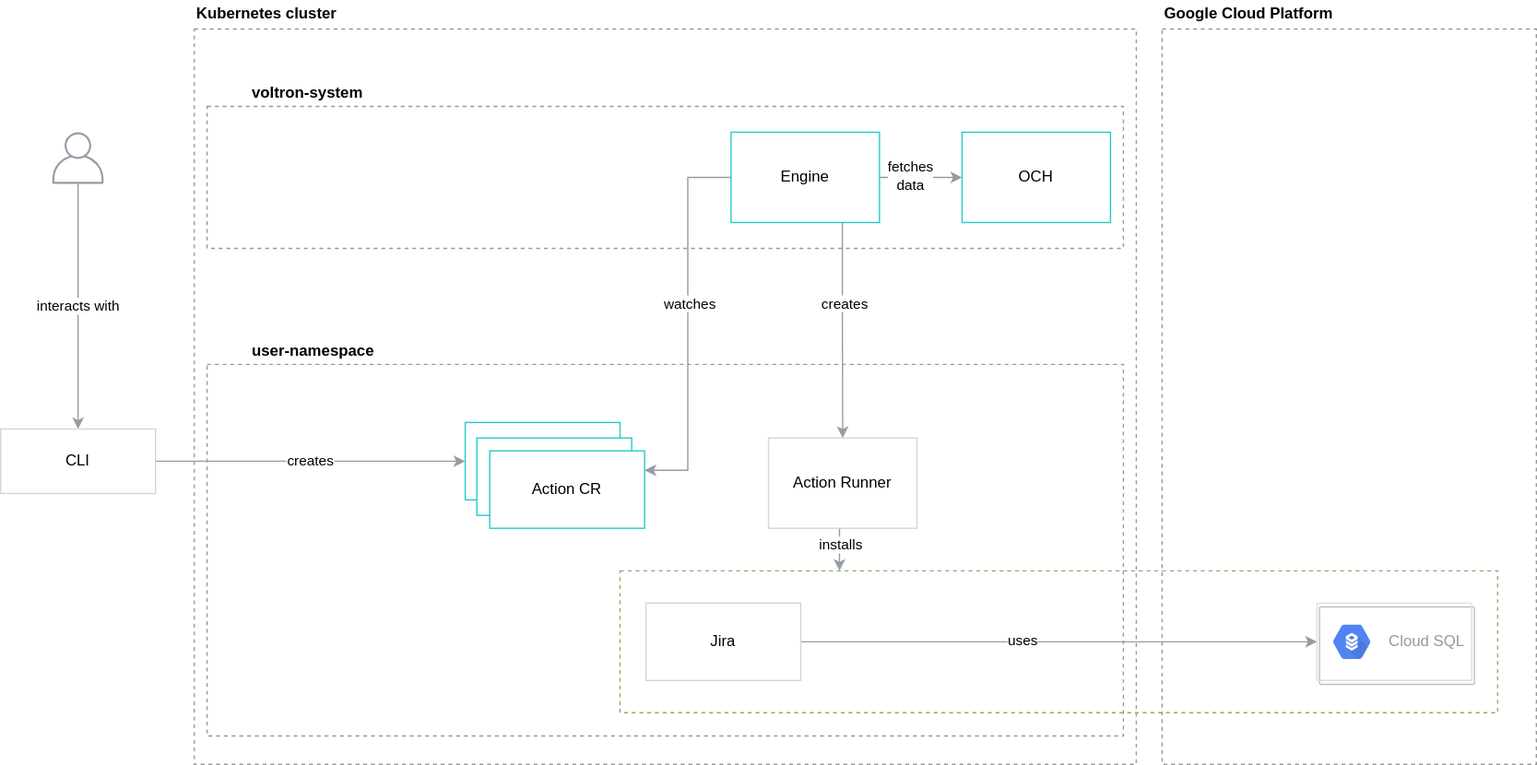
Earlier version of the draw.io export docs/tutorial/mattermost-installation/assets/install-gcp.svg (capactio/capact). Source tidied: cells renumbered, new cells last; positions are measured from the earlier drawing's top-left corner, leaving out a move shared by most shapes.
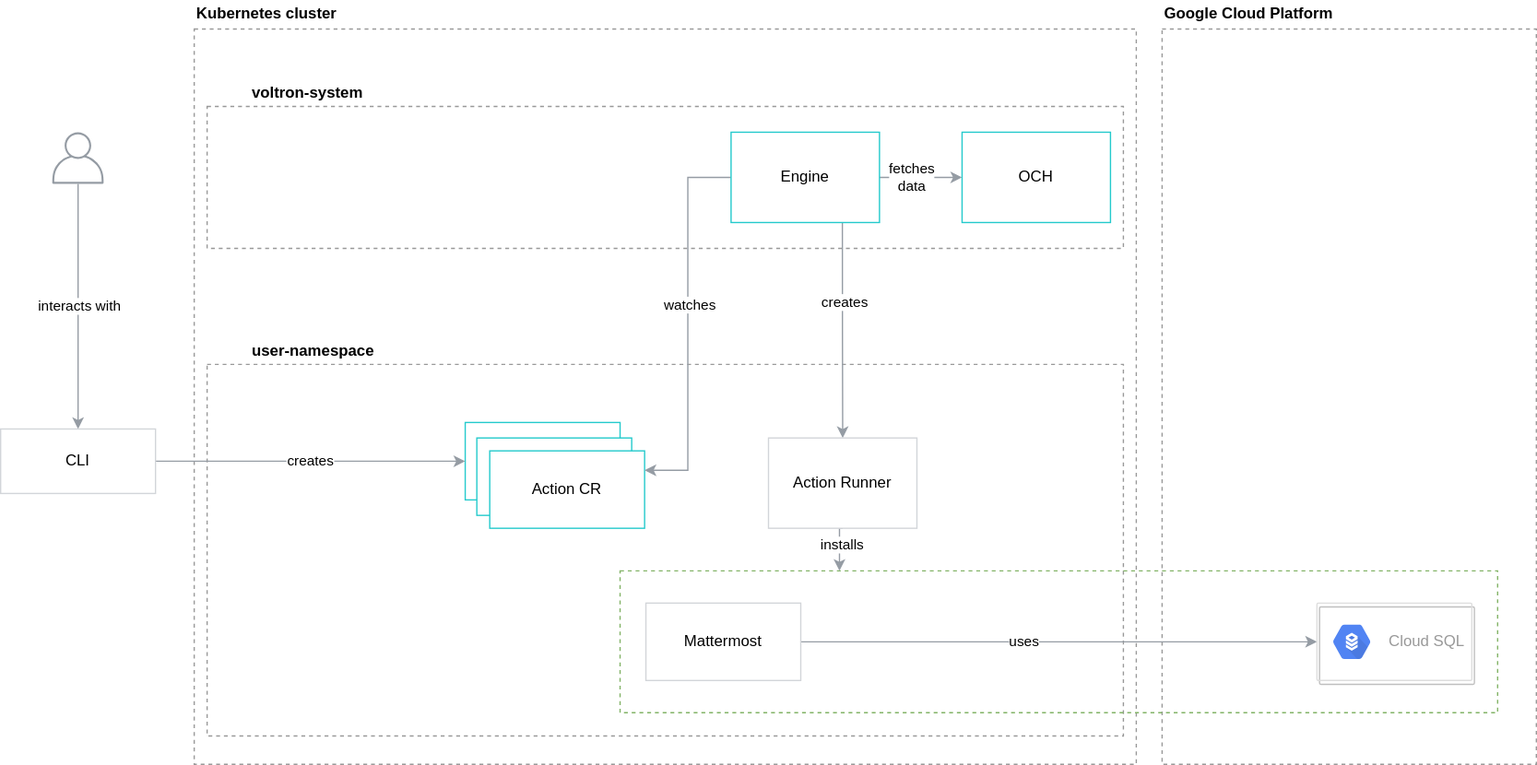
After the change.

What changed in the source:
```diff
@@ -32,7 +32,7 @@
     <mxCell id="10" value="uses" style="edgeLabel;html=1;align=center;verticalAlign=middle;" parent="9" vertex="1">
       <mxGeometry x="-0.14" y="1" relative="1" as="geometry" />
     </mxCell>
-    <mxCell id="11" value="Jira" style="rounded=0;whiteSpace=wrap;html=1;strokeColor=#D2D5D9;" parent="1" vertex="1">
+    <mxCell id="11" value="Mattermost" style="rounded=0;whiteSpace=wrap;html=1;strokeColor=#D2D5D9;" parent="1" vertex="1">
       <mxGeometry x="500" y="467" width="120" height="60" as="geometry" />
     </mxCell>
     <mxCell id="12" value="&lt;b&gt;Kubernetes cluster&lt;/b&gt;" style="text;html=1;strokeColor=none;fillColor=none;align=left;verticalAlign=middle;whiteSpace=wrap;rounded=0;" parent="1" vertex="1">
```
